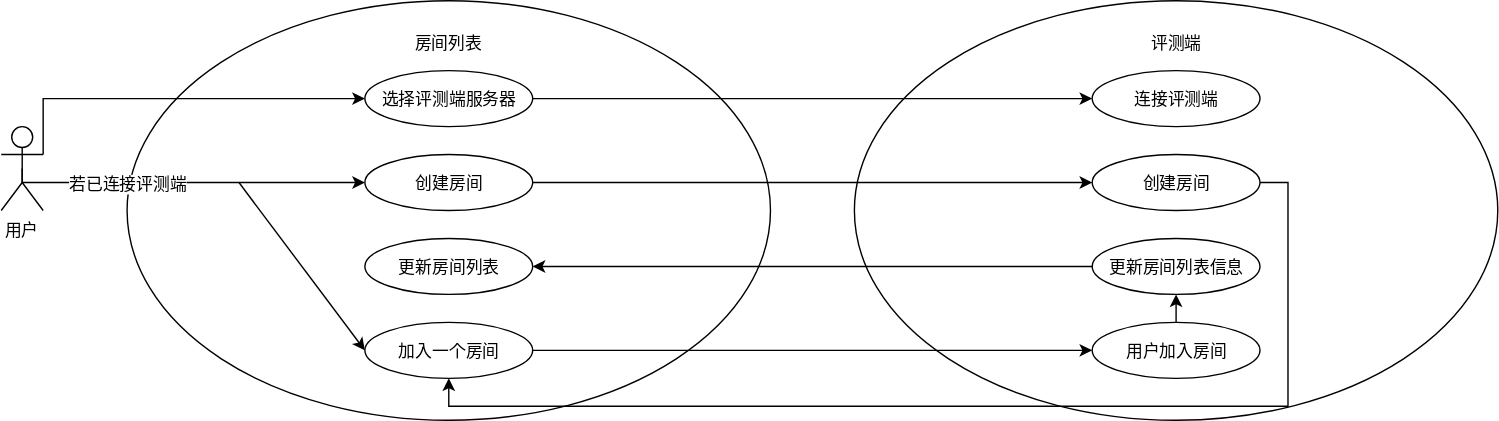
Before: docs/svgs/roomlist2judger.svg, a diagram exported from draw.io (inaba-minoru/Saiblo-development-docs). Source tidied: cells renumbered, new cells last; positions are measured from the earlier drawing's top-left corner, leaving out a move shared by most shapes.
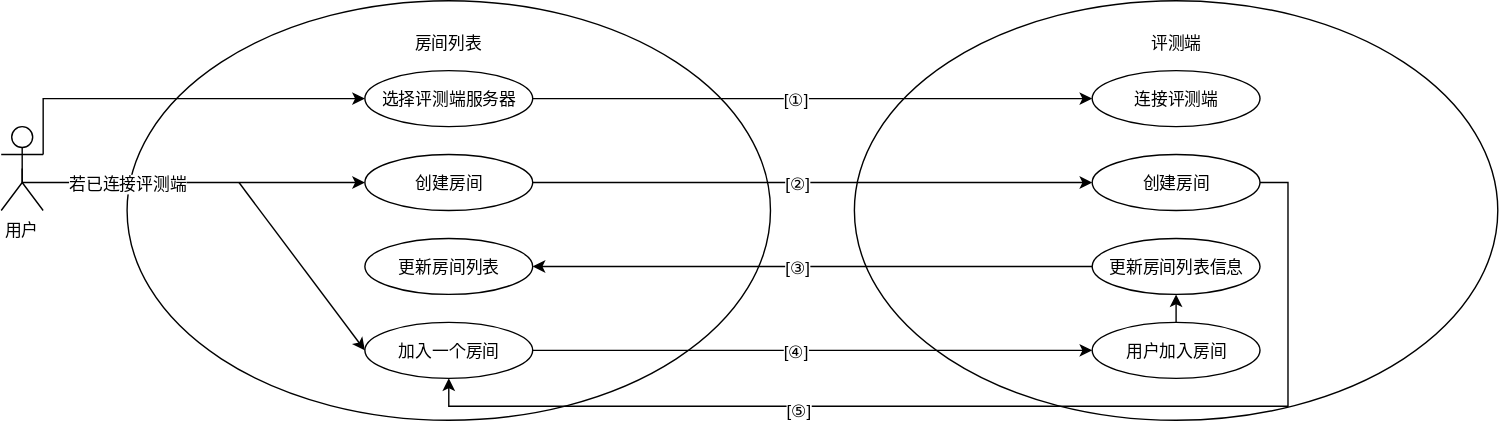
The same file after the commit.

Change to the diagram source:
```diff
@@ -39,6 +39,9 @@
     <mxCell id="10" style="edgeStyle=orthogonalEdgeStyle;rounded=0;jettySize=auto;html=1;exitX=1;exitY=0.5;exitDx=0;exitDy=0;" parent="1" edge="1" source="11" target="12">
       <mxGeometry relative="1" as="geometry" />
     </mxCell>
+    <mxCell id="25" value="[①]" style="text;html=1;align=center;verticalAlign=middle;labelBackgroundColor=#ffffff;" parent="10" vertex="1">
+      <mxGeometry x="-0.05" relative="1" as="geometry" />
+    </mxCell>
     <mxCell id="11" value="选择评测端服务器" style="ellipse;whiteSpace=wrap;html=1;fillColor=none;" parent="1" vertex="1">
       <mxGeometry x="260" y="50" width="120" height="40" as="geometry" />
     </mxCell>
@@ -48,6 +51,11 @@
     <mxCell id="13" style="edgeStyle=orthogonalEdgeStyle;rounded=0;jettySize=auto;html=1;exitX=0;exitY=0.5;exitDx=0;exitDy=0;entryX=1;entryY=0.5;entryDx=0;entryDy=0;" parent="1" edge="1" source="14" target="15">
       <mxGeometry relative="1" as="geometry" />
     </mxCell>
+    <mxCell id="26" value="[③]" style="text;html=1;align=center;verticalAlign=middle;labelBackgroundColor=#ffffff;" parent="13" vertex="1">
+      <mxGeometry x="0.12" y="-2" relative="1" as="geometry">
+        <mxPoint x="14" y="2" as="offset" />
+      </mxGeometry>
+    </mxCell>
     <mxCell id="14" value="更新房间列表信息" style="ellipse;whiteSpace=wrap;html=1;fillColor=none;" parent="1" vertex="1">
       <mxGeometry x="780" y="170" width="120" height="40" as="geometry" />
     </mxCell>
@@ -57,18 +65,29 @@
     <mxCell id="16" style="edgeStyle=orthogonalEdgeStyle;rounded=0;jettySize=auto;html=1;exitX=1;exitY=0.5;exitDx=0;exitDy=0;entryX=0;entryY=0.5;entryDx=0;entryDy=0;" parent="1" edge="1" source="17" target="21">
       <mxGeometry relative="1" as="geometry" />
     </mxCell>
+    <mxCell id="27" value="[②]" style="text;html=1;align=center;verticalAlign=middle;labelBackgroundColor=#ffffff;" parent="16" vertex="1">
+      <mxGeometry x="-0.07" y="-1" relative="1" as="geometry">
+        <mxPoint x="4" y="-1" as="offset" />
+      </mxGeometry>
+    </mxCell>
     <mxCell id="17" value="创建房间" style="ellipse;whiteSpace=wrap;html=1;fillColor=none;" parent="1" vertex="1">
       <mxGeometry x="260" y="110" width="120" height="40" as="geometry" />
     </mxCell>
     <mxCell id="18" style="edgeStyle=orthogonalEdgeStyle;rounded=0;jettySize=auto;html=1;exitX=1;exitY=0.5;exitDx=0;exitDy=0;entryX=0;entryY=0.5;entryDx=0;entryDy=0;" parent="1" edge="1" source="19" target="23">
       <mxGeometry relative="1" as="geometry" />
     </mxCell>
+    <mxCell id="28" value="[④]" style="text;html=1;align=center;verticalAlign=middle;labelBackgroundColor=#ffffff;" parent="18" vertex="1">
+      <mxGeometry x="-0.05" relative="1" as="geometry" />
+    </mxCell>
     <mxCell id="19" value="加入一个房间" style="ellipse;whiteSpace=wrap;html=1;fillColor=none;" parent="1" vertex="1">
       <mxGeometry x="260" y="230" width="120" height="40" as="geometry" />
     </mxCell>
     <mxCell id="20" style="edgeStyle=orthogonalEdgeStyle;rounded=0;jettySize=auto;html=1;exitX=1;exitY=0.5;exitDx=0;exitDy=0;entryX=0.5;entryY=1;entryDx=0;entryDy=0;" parent="1" edge="1" source="21" target="19">
       <mxGeometry relative="1" as="geometry" />
     </mxCell>
+    <mxCell id="29" value="[⑤]" style="text;html=1;align=center;verticalAlign=middle;labelBackgroundColor=#ffffff;" parent="20" vertex="1">
+      <mxGeometry x="0.32" y="2" relative="1" as="geometry" />
+    </mxCell>
     <mxCell id="21" value="创建房间" style="ellipse;whiteSpace=wrap;html=1;fillColor=none;" parent="1" vertex="1">
       <mxGeometry x="780" y="110" width="120" height="40" as="geometry" />
     </mxCell>
```
